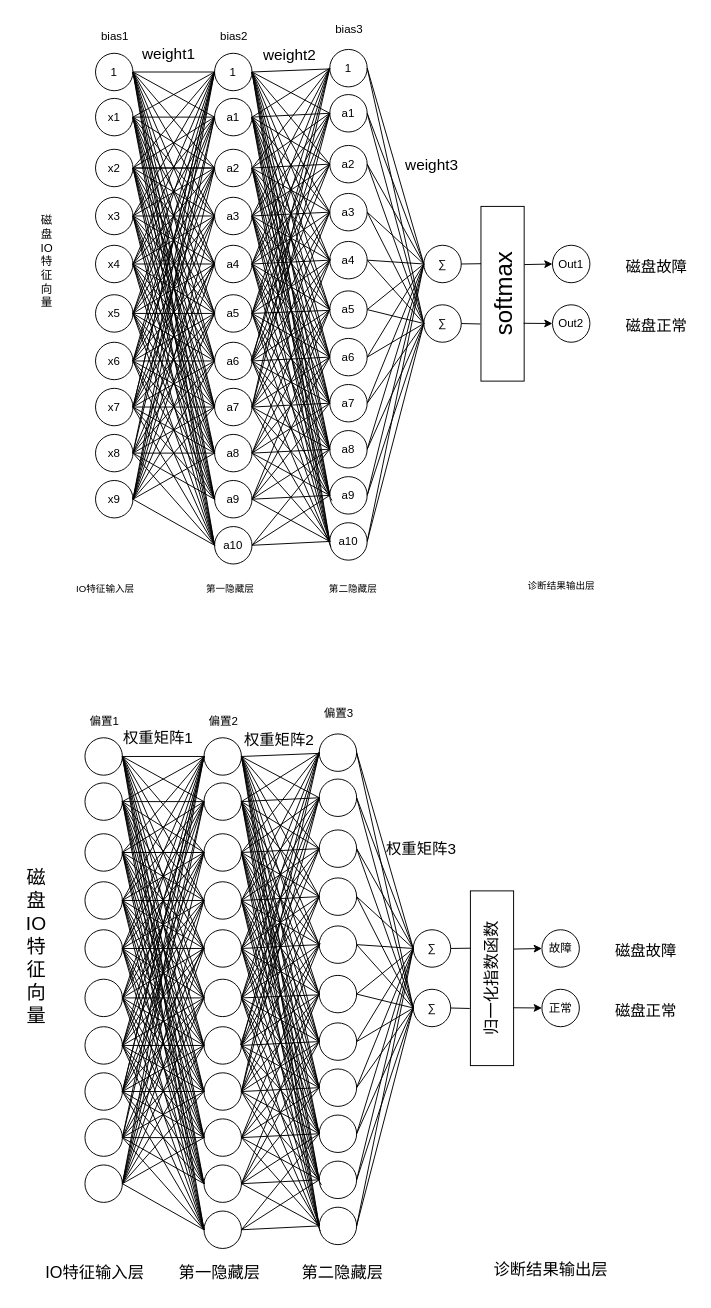
yihezhou/diagrams keeps this draw.io diagram as 专利-神经网络结构.drawio. Above is the earlier version. Source tidied: cells renumbered, new cells numbered last; positions are measured from the earlier drawing's top-left corner, leaving out a move shared by most shapes. Both pictures are drawn from the tidied source at 96%, with x=0, y=0 at pixel (16, 16).
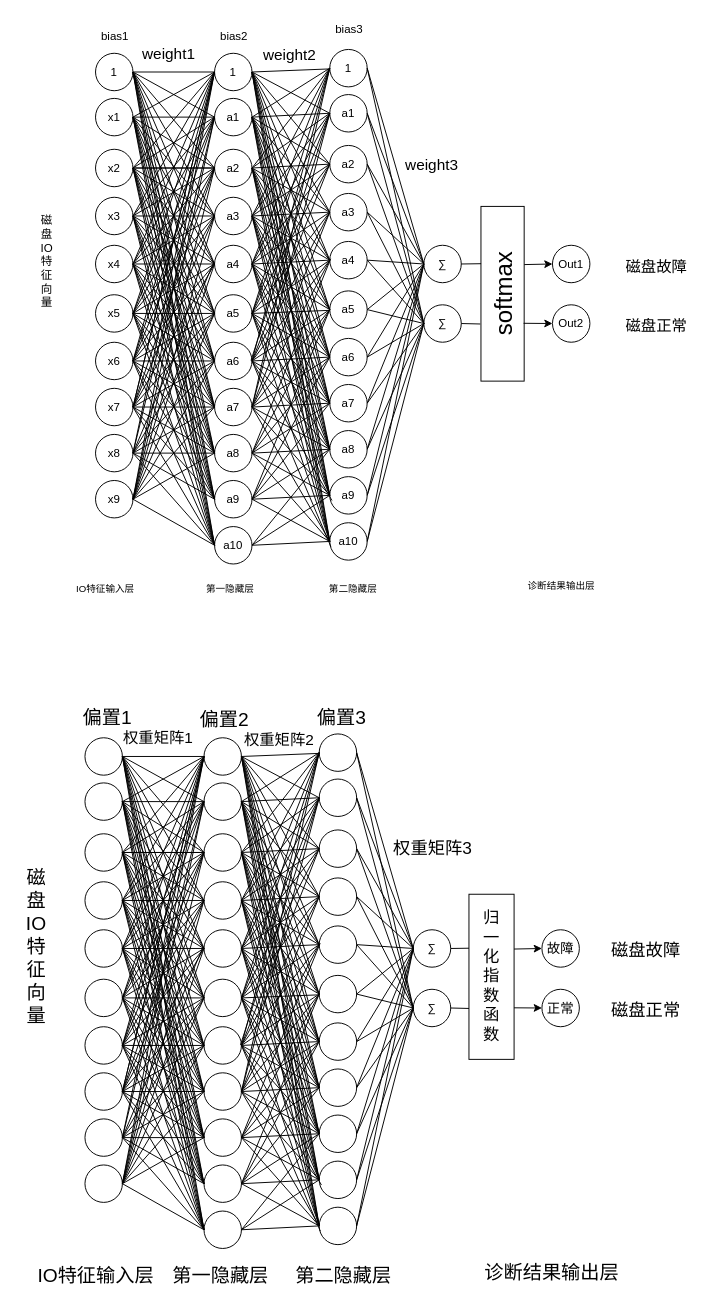
Above is the later version.

Commit message (it also covers changes not shown here):
更新专利-神经网络结构.drawio

The change refers to these unchanged cells:
```xml
<mxCell id="325" value="∑" style="ellipse;whiteSpace=wrap;html=1;" parent="1" vertex="1">
  <mxGeometry x="413" y="951" width="39" height="39" as="geometry" />
</mxCell>
<mxCell id="326" value="∑" style="ellipse;whiteSpace=wrap;html=1;" parent="1" vertex="1">
  <mxGeometry x="413" y="1013" width="39" height="39" as="geometry" />
</mxCell>
```

Diff of the diagram source:
```diff
@@
-    <mxCell id="298" value="偏置1" style="text;html=1;align=center;verticalAlign=middle;strokeColor=none;fillColor=none;" parent="1" vertex="1">
-      <mxGeometry x="66" y="719" width="50" height="30" as="geometry" />
+    <mxCell id="298" value="偏置1" style="text;html=1;align=center;verticalAlign=middle;strokeColor=none;fillColor=none;fontSize=20;" parent="1" vertex="1">
+      <mxGeometry x="59" y="711" width="69" height="36" as="geometry" />
     </mxCell>
@@
-    <mxCell id="311" value="偏置2" style="text;html=1;align=center;verticalAlign=middle;strokeColor=none;fillColor=none;" parent="1" vertex="1">
-      <mxGeometry x="190" y="719" width="50" height="30" as="geometry" />
+    <mxCell id="311" value="偏置2" style="text;html=1;align=center;verticalAlign=middle;strokeColor=none;fillColor=none;fontSize=20;" parent="1" vertex="1">
+      <mxGeometry x="181" y="713" width="69" height="36" as="geometry" />
     </mxCell>
@@
-    <mxCell id="324" value="偏置3" style="text;html=1;align=center;verticalAlign=middle;strokeColor=none;fillColor=none;" parent="1" vertex="1">
-      <mxGeometry x="310" y="711" width="50" height="30" as="geometry" />
+    <mxCell id="324" value="偏置3" style="text;html=1;align=center;verticalAlign=middle;strokeColor=none;fillColor=none;fontSize=20;" parent="1" vertex="1">
+      <mxGeometry x="303" y="711" width="69" height="36" as="geometry" />
     </mxCell>
@@
-    <mxCell id="327" value="&lt;font style=&quot;font-size: 17px;&quot;&gt;归一化指数函数&lt;/font&gt;" style="rounded=0;whiteSpace=wrap;html=1;fontSize=17;rotation=-90;" parent="1" vertex="1">
-      <mxGeometry x="404" y="979" width="182" height="45" as="geometry" />
-    </mxCell>
-    <mxCell id="328" value="故障" style="ellipse;whiteSpace=wrap;html=1;" parent="1" vertex="1">
+    <mxCell id="328" value="&lt;font style=&quot;font-size: 14px;&quot;&gt;故障&lt;/font&gt;" style="ellipse;whiteSpace=wrap;html=1;" parent="1" vertex="1">
       <mxGeometry x="547" y="951" width="39" height="39" as="geometry" />
     </mxCell>
-    <mxCell id="329" value="正常" style="ellipse;whiteSpace=wrap;html=1;" parent="1" vertex="1">
+    <mxCell id="329" value="正常" style="ellipse;whiteSpace=wrap;html=1;fontSize=14;" parent="1" vertex="1">
       <mxGeometry x="547" y="1013" width="39" height="39" as="geometry" />
     </mxCell>
-    <mxCell id="330" value="磁盘故障" style="text;html=1;align=center;verticalAlign=middle;strokeColor=none;fillColor=none;fontSize=16;" parent="1" vertex="1">
-      <mxGeometry x="614" y="957" width="82" height="31" as="geometry" />
+    <mxCell id="330" value="磁盘故障" style="text;html=1;align=center;verticalAlign=middle;strokeColor=none;fillColor=none;fontSize=18;" parent="1" vertex="1">
+      <mxGeometry x="610" y="956" width="90" height="34" as="geometry" />
     </mxCell>
-    <mxCell id="331" value="磁盘正常" style="text;html=1;align=center;verticalAlign=middle;strokeColor=none;fillColor=none;fontSize=16;" parent="1" vertex="1">
-      <mxGeometry x="614" y="1019" width="82" height="31" as="geometry" />
+    <mxCell id="331" value="磁盘正常" style="text;html=1;align=center;verticalAlign=middle;strokeColor=none;fillColor=none;fontSize=18;" parent="1" vertex="1">
+      <mxGeometry x="610" y="1018" width="90" height="34" as="geometry" />
     </mxCell>
@@
-    <mxCell id="334" value="权重矩阵3" style="text;html=1;align=center;verticalAlign=middle;strokeColor=none;fillColor=none;fontSize=16;" parent="1" vertex="1">
-      <mxGeometry x="371" y="852" width="100" height="30" as="geometry" />
+    <mxCell id="334" value="权重矩阵3" style="text;html=1;align=center;verticalAlign=middle;strokeColor=none;fillColor=none;fontSize=18;" parent="1" vertex="1">
+      <mxGeometry x="382.5" y="849.5" width="100" height="34" as="geometry" />
     </mxCell>
-    <mxCell id="335" value="IO特征输入层" style="text;html=1;align=center;verticalAlign=middle;strokeColor=none;fillColor=none;fontSize=17;" parent="1" vertex="1">
-      <mxGeometry x="16" y="1294" width="130" height="30" as="geometry" />
+    <mxCell id="335" value="IO特征输入层" style="text;html=1;align=center;verticalAlign=middle;strokeColor=none;fillColor=none;fontSize=20;" parent="1" vertex="1">
+      <mxGeometry x="12" y="1292" width="139" height="36" as="geometry" />
     </mxCell>
-    <mxCell id="336" value="第一隐藏层" style="text;html=1;align=center;verticalAlign=middle;strokeColor=none;fillColor=none;fontSize=17;" parent="1" vertex="1">
-      <mxGeometry x="156" y="1294" width="110" height="30" as="geometry" />
+    <mxCell id="336" value="第一隐藏层" style="text;html=1;align=center;verticalAlign=middle;strokeColor=none;fillColor=none;fontSize=20;" parent="1" vertex="1">
+      <mxGeometry x="153" y="1292" width="118" height="36" as="geometry" />
     </mxCell>
-    <mxCell id="337" value="第二隐藏层" style="text;html=1;align=center;verticalAlign=middle;strokeColor=none;fillColor=none;fontSize=17;" parent="1" vertex="1">
-      <mxGeometry x="284" y="1294" width="110" height="30" as="geometry" />
+    <mxCell id="337" value="第二隐藏层" style="text;html=1;align=center;verticalAlign=middle;strokeColor=none;fillColor=none;fontSize=20;" parent="1" vertex="1">
+      <mxGeometry x="281" y="1292" width="118" height="36" as="geometry" />
     </mxCell>
-    <mxCell id="338" value="诊断结果输出层" style="text;html=1;align=center;verticalAlign=middle;strokeColor=none;fillColor=none;fontSize=17;" parent="1" vertex="1">
-      <mxGeometry x="486" y="1291" width="140" height="30" as="geometry" />
+    <mxCell id="338" value="诊断结果输出层" style="text;html=1;align=center;verticalAlign=middle;strokeColor=none;fillColor=none;fontSize=20;" parent="1" vertex="1">
+      <mxGeometry x="478" y="1289" width="158" height="36" as="geometry" />
     </mxCell>
-    <mxCell id="339" style="endArrow=none;html=1;rounded=0;exitX=1;exitY=0.5;exitDx=0;exitDy=0;entryX=0.327;entryY=-0.016;entryDx=0;entryDy=0;entryPerimeter=0;" parent="1" edge="1" source="326" target="327">
-      <mxGeometry relative="1" as="geometry" />
+    <mxCell id="339" style="endArrow=none;html=1;rounded=0;exitX=1;exitY=0.5;exitDx=0;exitDy=0;entryX=0.327;entryY=-0.016;entryDx=0;entryDy=0;entryPerimeter=0;" parent="1" edge="1" source="326">
+      <mxGeometry relative="1" as="geometry">
+        <mxPoint x="471.8" y="1033" as="targetPoint" />
+      </mxGeometry>
     </mxCell>
-    <mxCell id="340" style="endArrow=classic;html=1;rounded=0;entryX=0;entryY=0.5;entryDx=0;entryDy=0;exitX=0.331;exitY=0.987;exitDx=0;exitDy=0;exitPerimeter=0;" parent="1" edge="1" source="327" target="329">
-      <mxGeometry relative="1" as="geometry" />
+    <mxCell id="340" style="endArrow=classic;html=1;rounded=0;entryX=0;entryY=0.5;entryDx=0;entryDy=0;exitX=0.331;exitY=0.987;exitDx=0;exitDy=0;exitPerimeter=0;" parent="1" edge="1" target="329">
+      <mxGeometry relative="1" as="geometry">
+        <mxPoint x="516.9" y="1032.3" as="sourcePoint" />
+      </mxGeometry>
     </mxCell>
-    <mxCell id="341" style="endArrow=none;html=1;rounded=0;exitX=1;exitY=0.5;exitDx=0;exitDy=0;entryX=0.672;entryY=0.003;entryDx=0;entryDy=0;entryPerimeter=0;" parent="1" edge="1" source="325" target="327">
-      <mxGeometry relative="1" as="geometry" />
+    <mxCell id="341" style="endArrow=none;html=1;rounded=0;exitX=1;exitY=0.5;exitDx=0;exitDy=0;entryX=0.672;entryY=0.003;entryDx=0;entryDy=0;entryPerimeter=0;" parent="1" edge="1" source="325">
+      <mxGeometry relative="1" as="geometry">
+        <mxPoint x="472.6" y="970.2" as="targetPoint" />
+      </mxGeometry>
     </mxCell>
-    <mxCell id="342" style="endArrow=classic;html=1;rounded=0;entryX=0;entryY=0.5;entryDx=0;entryDy=0;exitX=0.667;exitY=1.003;exitDx=0;exitDy=0;exitPerimeter=0;" parent="1" edge="1" source="327" target="328">
-      <mxGeometry relative="1" as="geometry" />
+    <mxCell id="342" style="endArrow=classic;html=1;rounded=0;entryX=0;entryY=0.5;entryDx=0;entryDy=0;exitX=0.667;exitY=1.003;exitDx=0;exitDy=0;exitPerimeter=0;" parent="1" edge="1" target="328">
+      <mxGeometry relative="1" as="geometry">
+        <mxPoint x="517.6" y="971.1" as="sourcePoint" />
+      </mxGeometry>
     </mxCell>
@@
+    <mxCell id="576" value="归&lt;br&gt;一&lt;br&gt;化&lt;br&gt;指&lt;br&gt;数&lt;br&gt;函&lt;br&gt;数" style="rounded=0;whiteSpace=wrap;html=1;fontSize=17;" parent="1" vertex="1">
+      <mxGeometry x="471" y="914" width="47" height="172" as="geometry" />
+    </mxCell>
```
